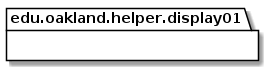
Earlier version of the PlantUML export docs/uml-class-diagrams/display01/helper/Display01HelperPackage.png (elilley15/csi-3370-software-project).
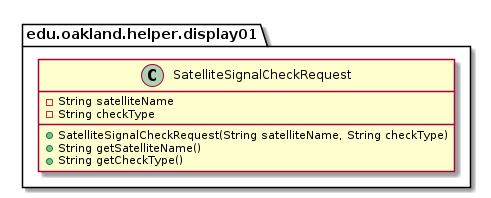
After the change.

What changed in the source:
```diff
@@ -4,4 +4,16 @@
 
 }
 
+
+package edu.oakland.helper.display01 {
+    class SatelliteSignalCheckRequest {
+        - String satelliteName
+        - String checkType
+        + SatelliteSignalCheckRequest(String satelliteName, String checkType)
+        + String getSatelliteName()
+        + String getCheckType()
+    }
+}
+
+
 @enduml
```
